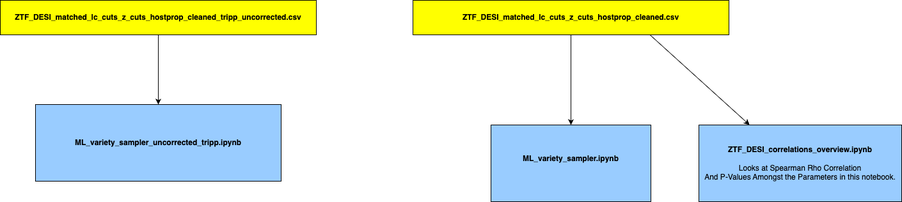
The draw.io diagram ZTF_DESI_ml_work/ZTF_DESI_ml_work.drawio.png in mwvgroup/myc21_first_paper, before a commit. Source tidied: cells renumbered, new cells last; positions are measured from the earlier drawing's top-left corner, leaving out a move shared by most shapes.
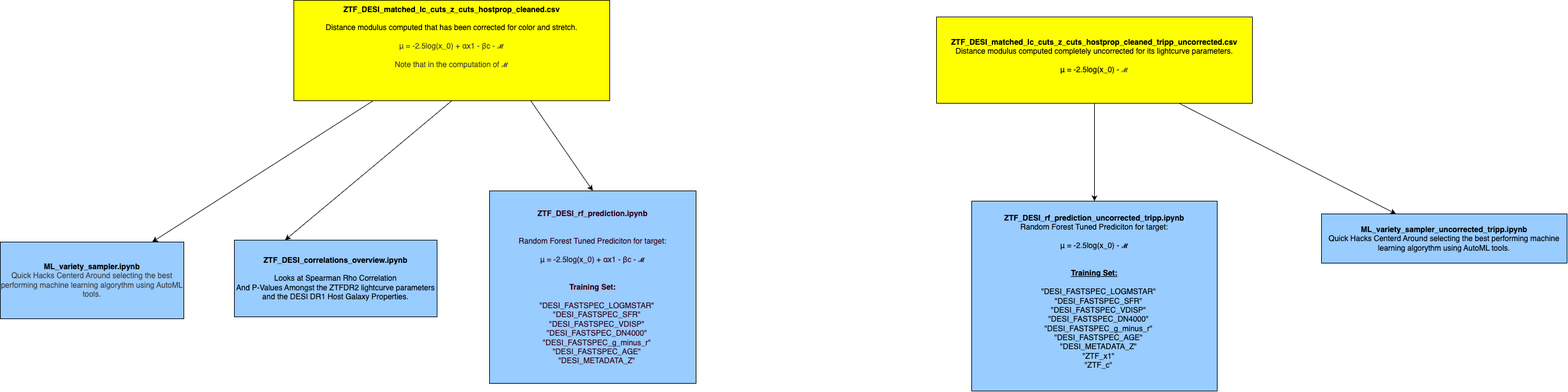
The same file after the commit.

What changed in the source:
```diff
@@ -2,29 +2,41 @@
   <root>
     <mxCell id="0" />
     <mxCell id="1" parent="0" />
-    <mxCell id="2" style="edgeStyle=none;html=1;" parent="1" edge="1" source="3" target="7">
-      <mxGeometry relative="1" as="geometry" />
-    </mxCell>
-    <mxCell id="3" value="&lt;div&gt;&lt;b&gt;ZTF_DESI_matched_lc_cuts_z_cuts_hostprop_cleaned_tripp_uncorrected.csv&lt;/b&gt;&lt;/div&gt;" style="rounded=0;whiteSpace=wrap;html=1;fillColor=#FFFF00;" parent="1" vertex="1">
-      <mxGeometry width="494" height="54" as="geometry" />
-    </mxCell>
     <mxCell id="4" style="edgeStyle=none;html=1;" parent="1" edge="1" source="5" target="6">
       <mxGeometry relative="1" as="geometry" />
     </mxCell>
-    <mxCell id="5" value="&lt;b&gt;ZTF_DESI_matched_lc_cuts_z_cuts_hostprop_cleaned.csv&lt;/b&gt;" style="rounded=0;whiteSpace=wrap;html=1;fillColor=#FFFF00;" parent="1" vertex="1">
-      <mxGeometry x="645" width="494" height="54" as="geometry" />
+    <mxCell id="5" value="&lt;b&gt;ZTF_DESI_matched_lc_cuts_z_cuts_hostprop_cleaned.csv&lt;/b&gt;&lt;div&gt;&lt;b&gt;&lt;br&gt;&lt;/b&gt;&lt;/div&gt;&lt;div&gt;Distance modulus computed that has been corrected for color and stretch.&lt;/div&gt;&lt;div&gt;&lt;br&gt;&lt;/div&gt;&lt;div style=&quot;color: rgb(63, 63, 63); scrollbar-color: rgb(226, 226, 226) rgb(251, 251, 251);&quot;&gt;μ = -2.5log(x_0) +&amp;nbsp;αx1 -&amp;nbsp;βc -&amp;nbsp;ℳ&lt;/div&gt;&lt;div style=&quot;color: rgb(63, 63, 63); scrollbar-color: rgb(226, 226, 226) rgb(251, 251, 251);&quot;&gt;&lt;br&gt;&lt;/div&gt;&lt;div style=&quot;color: rgb(63, 63, 63); scrollbar-color: rgb(226, 226, 226) rgb(251, 251, 251);&quot;&gt;Note that in the computation of&amp;nbsp;&lt;span style=&quot;color: rgb(63, 63, 63); background-color: transparent;&quot;&gt;ℳ&lt;/span&gt;&lt;/div&gt;&lt;div style=&quot;color: rgb(63, 63, 63); scrollbar-color: rgb(226, 226, 226) rgb(251, 251, 251);&quot;&gt;&lt;br style=&quot;color: rgb(63, 63, 63); scrollbar-color: rgb(226, 226, 226) rgb(251, 251, 251);&quot;&gt;&lt;/div&gt;&lt;div&gt;&amp;nbsp;&lt;/div&gt;&lt;div&gt;&lt;b&gt;&lt;br&gt;&lt;/b&gt;&lt;/div&gt;" style="rounded=0;whiteSpace=wrap;html=1;fillColor=#FFFF00;" parent="1" vertex="1">
+      <mxGeometry x="-100" y="-1056" width="494" height="157" as="geometry" />
     </mxCell>
-    <mxCell id="6" value="&lt;div&gt;&lt;b&gt;ML_variety_sampler.ipynb&lt;/b&gt;&lt;/div&gt;&lt;div&gt;&lt;br&gt;&lt;/div&gt;" style="rounded=0;whiteSpace=wrap;html=1;fillColor=#99CCFF;" parent="1" vertex="1">
-      <mxGeometry x="767" y="195" width="250" height="120" as="geometry" />
+    <mxCell id="6" value="&lt;div&gt;&lt;b&gt;ML_variety_sampler.ipynb&lt;/b&gt;&lt;/div&gt;&lt;div&gt;&lt;div style=&quot;color: rgb(63, 63, 63); scrollbar-color: rgb(226, 226, 226) rgb(251, 251, 251);&quot;&gt;&lt;span style=&quot;background-color: transparent;&quot;&gt;Quick Hacks Centerd Around selecting the best performing machine learning algorythm using AutoML tools.&lt;/span&gt;&lt;/div&gt;&lt;/div&gt;" style="rounded=0;whiteSpace=wrap;html=1;fillColor=#99CCFF;" parent="1" vertex="1">
+      <mxGeometry x="-559" y="-678" width="287" height="120" as="geometry" />
     </mxCell>
-    <mxCell id="7" value="&lt;div&gt;&lt;b&gt;ML_variety_sampler_uncorrected_tripp.ipynb&lt;/b&gt;&lt;/div&gt;" style="rounded=0;whiteSpace=wrap;html=1;fillColor=#99CCFF;" parent="1" vertex="1">
-      <mxGeometry x="55" y="163" width="384" height="120" as="geometry" />
-    </mxCell>
-    <mxCell id="8" value="&lt;div&gt;&lt;b&gt;ZTF_DESI_correlations_overview.ipynb&lt;/b&gt;&lt;/div&gt;&lt;div&gt;&lt;br&gt;Looks at Spearman Rho Correlation&lt;/div&gt;&lt;div&gt;And P-Values Amongst the Parameters in this notebook.&lt;/div&gt;" style="rounded=0;whiteSpace=wrap;html=1;fillColor=#99CCFF;" parent="1" vertex="1">
-      <mxGeometry x="1092" y="195" width="317" height="120" as="geometry" />
+    <mxCell id="8" value="&lt;div&gt;&lt;b&gt;ZTF_DESI_correlations_overview.ipynb&lt;/b&gt;&lt;/div&gt;&lt;div&gt;&lt;br&gt;Looks at Spearman Rho Correlation&lt;/div&gt;&lt;div&gt;And P-Values Amongst the ZTFDR2 lightcurve parameters and the DESI DR1 Host Galaxy Properties.&lt;/div&gt;" style="rounded=0;whiteSpace=wrap;html=1;fillColor=#99CCFF;" parent="1" vertex="1">
+      <mxGeometry x="-193" y="-681" width="317" height="120" as="geometry" />
     </mxCell>
-    <mxCell id="9" style="edgeStyle=none;html=1;entryX=0.25;entryY=0;entryDx=0;entryDy=0;exitX=0.75;exitY=1;exitDx=0;exitDy=0;" parent="1" edge="1" source="5" target="8">
+    <mxCell id="9" style="edgeStyle=none;html=1;entryX=0.25;entryY=0;entryDx=0;entryDy=0;exitX=0.5;exitY=1;exitDx=0;exitDy=0;" parent="1" edge="1" source="5" target="8">
       <mxGeometry relative="1" as="geometry" />
     </mxCell>
+    <mxCell id="10" style="edgeStyle=none;html=1;" parent="1" edge="1" source="12" target="13">
+      <mxGeometry relative="1" as="geometry" />
+    </mxCell>
+    <mxCell id="11" style="edgeStyle=none;html=1;" parent="1" edge="1" source="12" target="14">
+      <mxGeometry relative="1" as="geometry" />
+    </mxCell>
+    <mxCell id="12" value="&lt;b&gt;ZTF_DESI_matched_lc_cuts_z_cuts_hostprop_cleaned_tripp_uncorrected.csv&lt;/b&gt;&lt;div&gt;Distance modulus computed completely uncorrected for its lightcurve parameters.&lt;/div&gt;&lt;div&gt;&lt;br&gt;&lt;/div&gt;&lt;div&gt;μ = -2.5log(x_0) -&amp;nbsp;&lt;span style=&quot;color: rgb(63, 63, 63); background-color: transparent;&quot;&gt;ℳ&lt;/span&gt;&lt;/div&gt;&lt;div&gt;&lt;br&gt;&lt;/div&gt;" style="rounded=0;whiteSpace=wrap;html=1;fillColor=#FFFF00;" parent="1" vertex="1">
+      <mxGeometry x="905" y="-1030" width="494" height="135" as="geometry" />
+    </mxCell>
+    <mxCell id="13" value="&lt;div&gt;&lt;b&gt;ML_variety_sampler_uncorrected_tripp.ipynb&lt;/b&gt;&lt;/div&gt;&lt;div&gt;Quick Hacks Centerd Around selecting the best performing machine learning algorythm using AutoML tools.&lt;/div&gt;" style="rounded=0;whiteSpace=wrap;html=1;fillColor=#99CCFF;" parent="1" vertex="1">
+      <mxGeometry x="1507" y="-722" width="384" height="77" as="geometry" />
+    </mxCell>
+    <mxCell id="14" value="&lt;div&gt;&lt;b&gt;ZTF_DESI_rf_prediction_uncorrected_tripp.ipynb&lt;/b&gt;&lt;/div&gt;&lt;div&gt;Random Forest Tuned Prediciton for target:&lt;/div&gt;&lt;div&gt;&lt;br&gt;&lt;/div&gt;&lt;div&gt;μ = -2.5log(x_0) - ℳ&lt;/div&gt;&lt;div&gt;&lt;br&gt;&lt;/div&gt;&lt;div&gt;&lt;br&gt;&lt;/div&gt;&lt;div&gt;&lt;b&gt;&lt;u&gt;Training Set:&lt;/u&gt;&lt;/b&gt;&lt;/div&gt;&lt;div&gt;&lt;br&gt;&lt;/div&gt;&lt;div&gt;&amp;nbsp; &amp;nbsp; &quot;DESI_FASTSPEC_LOGMSTAR&quot;&lt;/div&gt;&lt;div&gt;&amp;nbsp; &amp;nbsp; &quot;DESI_FASTSPEC_SFR&quot;&lt;/div&gt;&lt;div&gt;&amp;nbsp; &amp;nbsp; &quot;DESI_FASTSPEC_VDISP&quot;&lt;/div&gt;&lt;div&gt;&amp;nbsp; &amp;nbsp; &quot;DESI_FASTSPEC_DN4000&quot;&lt;/div&gt;&lt;div&gt;&amp;nbsp; &amp;nbsp; &quot;DESI_FASTSPEC_g_minus_r&quot;&lt;/div&gt;&lt;div&gt;&amp;nbsp; &amp;nbsp; &quot;DESI_FASTSPEC_AGE&quot;&lt;/div&gt;&lt;div&gt;&amp;nbsp; &amp;nbsp; &quot;DESI_METADATA_Z&quot;&lt;/div&gt;&lt;div&gt;&amp;nbsp; &amp;nbsp; &quot;ZTF_x1&quot;&lt;/div&gt;&lt;div&gt;&amp;nbsp; &amp;nbsp; &quot;ZTF_c&quot;&lt;/div&gt;&lt;div&gt;&lt;br&gt;&lt;/div&gt;" style="rounded=0;whiteSpace=wrap;html=1;fillColor=#99CCFF;" parent="1" vertex="1">
+      <mxGeometry x="960" y="-742" width="384" height="297" as="geometry" />
+    </mxCell>
+    <mxCell id="15" value="&lt;div&gt;&lt;b&gt;&lt;font color=&quot;#33001a&quot;&gt;ZTF_DESI_rf_prediction.ipynb&lt;/font&gt;&lt;/b&gt;&lt;/div&gt;&lt;div&gt;&lt;b&gt;&lt;font color=&quot;#33001a&quot;&gt;&lt;br&gt;&lt;/font&gt;&lt;/b&gt;&lt;/div&gt;&lt;div&gt;&lt;font color=&quot;#33001a&quot;&gt;&lt;br&gt;&lt;/font&gt;&lt;/div&gt;&lt;div&gt;&lt;div style=&quot;scrollbar-color: rgb(75, 75, 75) rgb(27, 29, 30); color: rgb(192, 192, 192);&quot;&gt;&lt;font color=&quot;#33001a&quot;&gt;Random Forest Tuned Prediciton for target:&lt;/font&gt;&lt;/div&gt;&lt;div style=&quot;scrollbar-color: rgb(75, 75, 75) rgb(27, 29, 30); color: rgb(192, 192, 192);&quot;&gt;&lt;font color=&quot;#33001a&quot;&gt;&lt;br style=&quot;scrollbar-color: rgb(75, 75, 75) rgb(27, 29, 30); color: rgb(192, 192, 192);&quot;&gt;&lt;/font&gt;&lt;/div&gt;&lt;div style=&quot;scrollbar-color: rgb(75, 75, 75) rgb(27, 29, 30); color: rgb(192, 192, 192);&quot;&gt;&lt;div style=&quot;scrollbar-color: rgb(226, 226, 226) rgb(251, 251, 251); color: rgb(63, 63, 63);&quot;&gt;&lt;font color=&quot;#33001a&quot;&gt;μ = -2.5log(x_0) +&amp;nbsp;αx1 -&amp;nbsp;βc -&amp;nbsp;ℳ&lt;/font&gt;&lt;/div&gt;&lt;div style=&quot;scrollbar-color: rgb(226, 226, 226) rgb(251, 251, 251); color: rgb(63, 63, 63);&quot;&gt;&lt;font color=&quot;#33001a&quot;&gt;&lt;br style=&quot;scrollbar-color: rgb(226, 226, 226) rgb(251, 251, 251); color: rgb(63, 63, 63);&quot;&gt;&lt;/font&gt;&lt;/div&gt;&lt;/div&gt;&lt;div style=&quot;scrollbar-color: rgb(75, 75, 75) rgb(27, 29, 30); color: rgb(192, 192, 192);&quot;&gt;&lt;font color=&quot;#33001a&quot;&gt;&lt;br style=&quot;scrollbar-color: rgb(75, 75, 75) rgb(27, 29, 30); color: rgb(192, 192, 192);&quot;&gt;&lt;/font&gt;&lt;/div&gt;&lt;div style=&quot;scrollbar-color: rgb(75, 75, 75) rgb(27, 29, 30); color: rgb(192, 192, 192);&quot;&gt;&lt;b style=&quot;scrollbar-color: rgb(75, 75, 75) rgb(27, 29, 30); color: rgb(192, 192, 192);&quot;&gt;&lt;u style=&quot;scrollbar-color: rgb(75, 75, 75) rgb(27, 29, 30); color: rgb(192, 192, 192);&quot;&gt;&lt;font color=&quot;#33001a&quot;&gt;Training Set:&lt;/font&gt;&lt;/u&gt;&lt;/b&gt;&lt;/div&gt;&lt;div style=&quot;scrollbar-color: rgb(75, 75, 75) rgb(27, 29, 30); color: rgb(192, 192, 192);&quot;&gt;&lt;font color=&quot;#33001a&quot;&gt;&lt;br style=&quot;scrollbar-color: rgb(75, 75, 75) rgb(27, 29, 30); color: rgb(192, 192, 192);&quot;&gt;&lt;/font&gt;&lt;/div&gt;&lt;div style=&quot;scrollbar-color: rgb(75, 75, 75) rgb(27, 29, 30); color: rgb(192, 192, 192);&quot;&gt;&lt;font color=&quot;#33001a&quot;&gt;&amp;nbsp; &amp;nbsp; &quot;DESI_FASTSPEC_LOGMSTAR&quot;&lt;/font&gt;&lt;/div&gt;&lt;div style=&quot;scrollbar-color: rgb(75, 75, 75) rgb(27, 29, 30); color: rgb(192, 192, 192);&quot;&gt;&lt;font color=&quot;#33001a&quot;&gt;&amp;nbsp; &amp;nbsp; &quot;DESI_FASTSPEC_SFR&quot;&lt;/font&gt;&lt;/div&gt;&lt;div style=&quot;scrollbar-color: rgb(75, 75, 75) rgb(27, 29, 30); color: rgb(192, 192, 192);&quot;&gt;&lt;font color=&quot;#33001a&quot;&gt;&amp;nbsp; &amp;nbsp; &quot;DESI_FASTSPEC_VDISP&quot;&lt;/font&gt;&lt;/div&gt;&lt;div style=&quot;scrollbar-color: rgb(75, 75, 75) rgb(27, 29, 30); color: rgb(192, 192, 192);&quot;&gt;&lt;font color=&quot;#33001a&quot;&gt;&amp;nbsp; &amp;nbsp; &quot;DESI_FASTSPEC_DN4000&quot;&lt;/font&gt;&lt;/div&gt;&lt;div style=&quot;scrollbar-color: rgb(75, 75, 75) rgb(27, 29, 30); color: rgb(192, 192, 192);&quot;&gt;&lt;font color=&quot;#33001a&quot;&gt;&amp;nbsp; &amp;nbsp; &quot;DESI_FASTSPEC_g_minus_r&quot;&lt;/font&gt;&lt;/div&gt;&lt;div style=&quot;scrollbar-color: rgb(75, 75, 75) rgb(27, 29, 30); color: rgb(192, 192, 192);&quot;&gt;&lt;font color=&quot;#33001a&quot;&gt;&amp;nbsp; &amp;nbsp; &quot;DESI_FASTSPEC_AGE&quot;&lt;/font&gt;&lt;/div&gt;&lt;div style=&quot;scrollbar-color: rgb(75, 75, 75) rgb(27, 29, 30); color: rgb(192, 192, 192);&quot;&gt;&lt;font color=&quot;#33001a&quot;&gt;&amp;nbsp; &amp;nbsp; &quot;DESI_METADATA_Z&quot;&lt;/font&gt;&lt;/div&gt;&lt;/div&gt;" style="rounded=0;whiteSpace=wrap;html=1;fillColor=#99CCFF;" parent="1" vertex="1">
+      <mxGeometry x="206" y="-758" width="323" height="301" as="geometry" />
+    </mxCell>
+    <mxCell id="16" style="edgeStyle=none;html=1;entryX=0.5;entryY=0;entryDx=0;entryDy=0;exitX=0.75;exitY=1;exitDx=0;exitDy=0;" parent="1" edge="1" source="5" target="15">
+      <mxGeometry relative="1" as="geometry" />
+    </mxCell>
   </root>
 </mxGraphModel>
```
